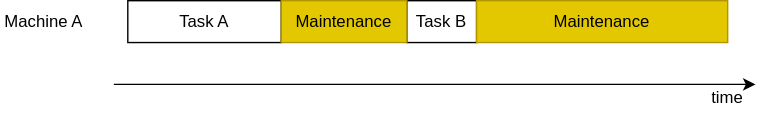
The draw.io diagram notebooks/ja/tutorials/figures/maintenance_time.drawio.svg in fixstars/amplify-se-examples, before a commit. Source tidied: cells renumbered, new cells last; positions are measured from the earlier drawing's top-left corner, leaving out a move shared by most shapes.
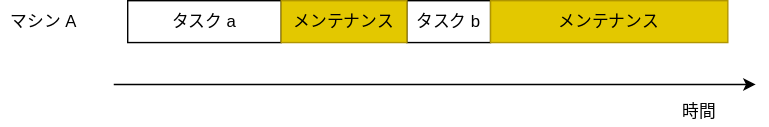
The same diagram one commit later.

The edit, as a diff of the source:
```diff
@@ -2,7 +2,7 @@
   <root>
     <mxCell id="0" />
     <mxCell id="1" parent="0" />
-    <mxCell id="2" value="Task A" style="rounded=0;whiteSpace=wrap;html=1;" parent="1" vertex="1">
+    <mxCell id="2" value="タスク a" style="rounded=0;whiteSpace=wrap;html=1;" parent="1" vertex="1">
       <mxGeometry x="90" width="110" height="30" as="geometry" />
     </mxCell>
     <mxCell id="3" style="endArrow=classic;html=1;fontColor=#00FF00;" parent="1" edge="1">
@@ -11,24 +11,24 @@
         <mxPoint x="540" y="60" as="targetPoint" />
       </mxGeometry>
     </mxCell>
-    <object id="4" label="time" name="Variable" placeholders="1">
+    <object id="4" label="時間" name="Variable" placeholders="1">
       <mxCell style="text;html=1;strokeColor=none;fillColor=none;align=center;verticalAlign=middle;whiteSpace=wrap;overflow=hidden;" parent="1" vertex="1">
-        <mxGeometry x="500" y="60" width="40" height="20" as="geometry" />
+        <mxGeometry x="480" y="70" width="40" height="20" as="geometry" />
       </mxCell>
     </object>
-    <mxCell id="5" value="Task B" style="rounded=0;whiteSpace=wrap;html=1;" parent="1" vertex="1">
-      <mxGeometry x="290" width="50" height="30" as="geometry" />
+    <mxCell id="5" value="タスク b" style="rounded=0;whiteSpace=wrap;html=1;" parent="1" vertex="1">
+      <mxGeometry x="290" width="60" height="30" as="geometry" />
     </mxCell>
-    <object id="6" label="Machine A" name="Variable" placeholders="1">
+    <object id="6" label="マシン A" name="Variable" placeholders="1">
       <mxCell style="text;html=1;strokeColor=none;fillColor=none;align=center;verticalAlign=middle;whiteSpace=wrap;overflow=hidden;" parent="1" vertex="1">
         <mxGeometry y="5" width="60" height="20" as="geometry" />
       </mxCell>
     </object>
-    <mxCell id="7" value="Maintenance" style="rounded=0;whiteSpace=wrap;html=1;fillColor=#e3c800;fontColor=#000000;strokeColor=#B09500;" parent="1" vertex="1">
+    <mxCell id="7" value="メンテナンス" style="rounded=0;whiteSpace=wrap;html=1;fillColor=#e3c800;fontColor=#000000;strokeColor=#B09500;" parent="1" vertex="1">
       <mxGeometry x="200" width="90" height="30" as="geometry" />
     </mxCell>
-    <mxCell id="8" value="Maintenance" style="rounded=0;whiteSpace=wrap;html=1;fillColor=#e3c800;fontColor=#000000;strokeColor=#B09500;" parent="1" vertex="1">
-      <mxGeometry x="340" width="180" height="30" as="geometry" />
+    <mxCell id="8" value="メンテナンス" style="rounded=0;whiteSpace=wrap;html=1;fillColor=#e3c800;fontColor=#000000;strokeColor=#B09500;" parent="1" vertex="1">
+      <mxGeometry x="350" width="170" height="30" as="geometry" />
     </mxCell>
   </root>
 </mxGraphModel>
```
